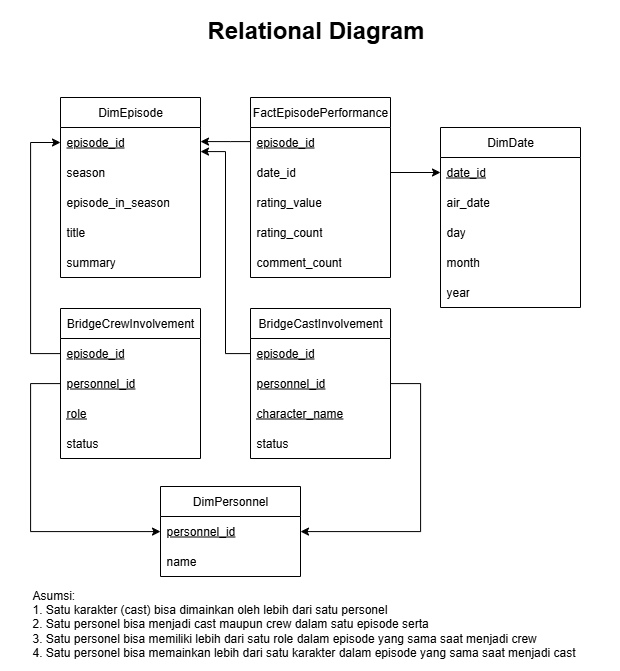
Earlier version of the draw.io export Data Warehouse/design/Relational Diagram DW.png (wargabasdat/Seleksi-2025-Tugas-1). Source tidied: cells renumbered, new cells last; positions are measured from the earlier drawing's top-left corner, leaving out a move shared by most shapes.
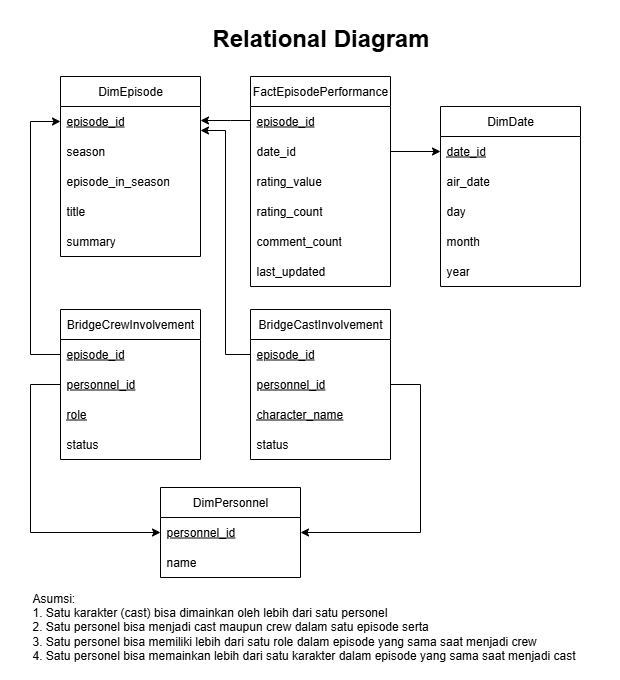
The same diagram one commit later.

Change to the diagram source:
```diff
@@ -3,10 +3,10 @@
     <mxCell id="0" />
     <mxCell id="1" parent="0" />
     <mxCell id="2" style="rounded=0;whiteSpace=wrap;html=1;strokeColor=none;" parent="1" vertex="1">
-      <mxGeometry width="620" height="671" as="geometry" />
+      <mxGeometry x="-2" y="-6" width="620" height="680" as="geometry" />
     </mxCell>
     <mxCell id="3" value="FactEpisodePerformance" style="swimlane;fontStyle=0;horizontal=1;startSize=30;whiteSpace=wrap;html=1;" parent="1" vertex="1">
-      <mxGeometry x="250" y="97" width="140" height="180" as="geometry" />
+      <mxGeometry x="248" y="70" width="140" height="210" as="geometry" />
     </mxCell>
     <mxCell id="4" value="episode_id" style="text;strokeColor=none;fillColor=none;align=left;verticalAlign=middle;spacingLeft=4;spacingRight=4;overflow=hidden;points=[[0,0.5],[1,0.5]];portConstraint=eastwest;whiteSpace=wrap;html=1;fontStyle=4;" parent="3" vertex="1">
       <mxGeometry y="30" width="140" height="30" as="geometry" />
@@ -23,129 +23,132 @@
     <mxCell id="8" value="comment_count" style="text;strokeColor=none;fillColor=none;align=left;verticalAlign=middle;spacingLeft=4;spacingRight=4;overflow=hidden;whiteSpace=wrap;html=1;" parent="3" vertex="1">
       <mxGeometry y="150" width="140" height="30" as="geometry" />
     </mxCell>
-    <mxCell id="9" value="DimEpisode" style="swimlane;fontStyle=0;horizontal=1;startSize=30;whiteSpace=wrap;html=1;" parent="1" vertex="1">
-      <mxGeometry x="60" y="97" width="140" height="180" as="geometry" />
+    <mxCell id="9" value="last_updated" style="text;strokeColor=none;fillColor=none;align=left;verticalAlign=middle;spacingLeft=4;spacingRight=4;overflow=hidden;whiteSpace=wrap;html=1;" parent="3" vertex="1">
+      <mxGeometry y="180" width="140" height="30" as="geometry" />
     </mxCell>
-    <mxCell id="10" value="episode_id" style="text;strokeColor=none;fillColor=none;align=left;verticalAlign=middle;spacingLeft=4;spacingRight=4;overflow=hidden;points=[[0,0.5],[1,0.5]];portConstraint=eastwest;whiteSpace=wrap;html=1;fontStyle=4;" parent="9" vertex="1">
-      <mxGeometry y="30" width="140" height="30" as="geometry" />
+    <mxCell id="10" value="DimEpisode" style="swimlane;fontStyle=0;horizontal=1;startSize=30;whiteSpace=wrap;html=1;" parent="1" vertex="1">
+      <mxGeometry x="58" y="70" width="140" height="180" as="geometry" />
     </mxCell>
-    <mxCell id="11" value="season" style="text;strokeColor=none;fillColor=none;align=left;verticalAlign=middle;spacingLeft=4;spacingRight=4;overflow=hidden;points=[[0,0.5],[1,0.5]];portConstraint=eastwest;whiteSpace=wrap;html=1;" parent="9" vertex="1">
-      <mxGeometry y="60" width="140" height="30" as="geometry" />
+    <mxCell id="11" value="episode_id" style="text;strokeColor=none;fillColor=none;align=left;verticalAlign=middle;spacingLeft=4;spacingRight=4;overflow=hidden;points=[[0,0.5],[1,0.5]];portConstraint=eastwest;whiteSpace=wrap;html=1;fontStyle=4;" parent="10" vertex="1">
+      <mxGeometry y="30" width="140" height="30" as="geometry" />
     </mxCell>
-    <mxCell id="12" value="episode_in_season" style="text;strokeColor=none;fillColor=none;align=left;verticalAlign=middle;spacingLeft=4;spacingRight=4;overflow=hidden;whiteSpace=wrap;html=1;" parent="9" vertex="1">
-      <mxGeometry y="90" width="140" height="30" as="geometry" />
+    <mxCell id="12" value="season" style="text;strokeColor=none;fillColor=none;align=left;verticalAlign=middle;spacingLeft=4;spacingRight=4;overflow=hidden;whiteSpace=wrap;html=1;" parent="10" vertex="1">
+      <mxGeometry y="60" width="140" height="30" as="geometry" />
     </mxCell>
-    <mxCell id="13" value="title" style="text;strokeColor=none;fillColor=none;align=left;verticalAlign=middle;spacingLeft=4;spacingRight=4;overflow=hidden;whiteSpace=wrap;html=1;" parent="9" vertex="1">
-      <mxGeometry y="120" width="140" height="30" as="geometry" />
+    <mxCell id="13" value="episode_in_season" style="text;strokeColor=none;fillColor=none;align=left;verticalAlign=middle;spacingLeft=4;spacingRight=4;overflow=hidden;whiteSpace=wrap;html=1;" parent="10" vertex="1">
+      <mxGeometry y="90" width="140" height="30" as="geometry" />
     </mxCell>
-    <mxCell id="14" value="summary" style="text;strokeColor=none;fillColor=none;align=left;verticalAlign=middle;spacingLeft=4;spacingRight=4;overflow=hidden;whiteSpace=wrap;html=1;" parent="9" vertex="1">
-      <mxGeometry y="150" width="140" height="30" as="geometry" />
+    <mxCell id="14" value="title" style="text;strokeColor=none;fillColor=none;align=left;verticalAlign=middle;spacingLeft=4;spacingRight=4;overflow=hidden;whiteSpace=wrap;html=1;" parent="10" vertex="1">
+      <mxGeometry y="120" width="140" height="30" as="geometry" />
     </mxCell>
-    <mxCell id="15" value="DimDate" style="swimlane;fontStyle=0;horizontal=1;startSize=30;whiteSpace=wrap;html=1;" parent="1" vertex="1">
-      <mxGeometry x="440" y="127" width="140" height="180" as="geometry" />
+    <mxCell id="15" value="summary" style="text;strokeColor=none;fillColor=none;align=left;verticalAlign=middle;spacingLeft=4;spacingRight=4;overflow=hidden;whiteSpace=wrap;html=1;" parent="10" vertex="1">
+      <mxGeometry y="150" width="140" height="30" as="geometry" />
     </mxCell>
-    <mxCell id="16" value="&lt;u&gt;date_id&lt;/u&gt;" style="text;strokeColor=none;fillColor=none;align=left;verticalAlign=middle;spacingLeft=4;spacingRight=4;overflow=hidden;points=[[0,0.5],[1,0.5]];portConstraint=eastwest;whiteSpace=wrap;html=1;fontStyle=0;" parent="15" vertex="1">
-      <mxGeometry y="30" width="140" height="30" as="geometry" />
+    <mxCell id="16" value="DimDate" style="swimlane;fontStyle=0;horizontal=1;startSize=30;whiteSpace=wrap;html=1;" parent="1" vertex="1">
+      <mxGeometry x="438" y="100" width="140" height="180" as="geometry" />
     </mxCell>
-    <mxCell id="17" value="air_date" style="text;strokeColor=none;fillColor=none;align=left;verticalAlign=middle;spacingLeft=4;spacingRight=4;overflow=hidden;points=[[0,0.5],[1,0.5]];portConstraint=eastwest;whiteSpace=wrap;html=1;fontStyle=0;" parent="15" vertex="1">
-      <mxGeometry y="60" width="140" height="30" as="geometry" />
+    <mxCell id="17" value="&lt;u&gt;date_id&lt;/u&gt;" style="text;strokeColor=none;fillColor=none;align=left;verticalAlign=middle;spacingLeft=4;spacingRight=4;overflow=hidden;points=[[0,0.5],[1,0.5]];portConstraint=eastwest;whiteSpace=wrap;html=1;fontStyle=0;" parent="16" vertex="1">
+      <mxGeometry y="30" width="140" height="30" as="geometry" />
     </mxCell>
-    <mxCell id="18" value="day" style="text;strokeColor=none;fillColor=none;align=left;verticalAlign=middle;spacingLeft=4;spacingRight=4;overflow=hidden;whiteSpace=wrap;html=1;" parent="15" vertex="1">
-      <mxGeometry y="90" width="140" height="30" as="geometry" />
+    <mxCell id="18" value="air_date" style="text;strokeColor=none;fillColor=none;align=left;verticalAlign=middle;spacingLeft=4;spacingRight=4;overflow=hidden;whiteSpace=wrap;html=1;fontStyle=0;" parent="16" vertex="1">
+      <mxGeometry y="60" width="140" height="30" as="geometry" />
     </mxCell>
-    <mxCell id="19" value="month" style="text;strokeColor=none;fillColor=none;align=left;verticalAlign=middle;spacingLeft=4;spacingRight=4;overflow=hidden;whiteSpace=wrap;html=1;" parent="15" vertex="1">
-      <mxGeometry y="120" width="140" height="30" as="geometry" />
+    <mxCell id="19" value="day" style="text;strokeColor=none;fillColor=none;align=left;verticalAlign=middle;spacingLeft=4;spacingRight=4;overflow=hidden;whiteSpace=wrap;html=1;" parent="16" vertex="1">
+      <mxGeometry y="90" width="140" height="30" as="geometry" />
     </mxCell>
-    <mxCell id="20" value="year" style="text;strokeColor=none;fillColor=none;align=left;verticalAlign=middle;spacingLeft=4;spacingRight=4;overflow=hidden;whiteSpace=wrap;html=1;" parent="15" vertex="1">
-      <mxGeometry y="150" width="140" height="30" as="geometry" />
+    <mxCell id="20" value="month" style="text;strokeColor=none;fillColor=none;align=left;verticalAlign=middle;spacingLeft=4;spacingRight=4;overflow=hidden;whiteSpace=wrap;html=1;" parent="16" vertex="1">
+      <mxGeometry y="120" width="140" height="30" as="geometry" />
     </mxCell>
-    <mxCell id="21" value="BridgeCastInvolvement" style="swimlane;fontStyle=0;horizontal=1;startSize=30;whiteSpace=wrap;html=1;" parent="1" vertex="1">
-      <mxGeometry x="250" y="308" width="140" height="150" as="geometry" />
+    <mxCell id="21" value="year" style="text;strokeColor=none;fillColor=none;align=left;verticalAlign=middle;spacingLeft=4;spacingRight=4;overflow=hidden;whiteSpace=wrap;html=1;" parent="16" vertex="1">
+      <mxGeometry y="150" width="140" height="30" as="geometry" />
     </mxCell>
-    <mxCell id="22" value="episode_id" style="text;strokeColor=none;fillColor=none;align=left;verticalAlign=middle;spacingLeft=4;spacingRight=4;overflow=hidden;points=[[0,0.5],[1,0.5]];portConstraint=eastwest;whiteSpace=wrap;html=1;fontStyle=4;" parent="21" vertex="1">
-      <mxGeometry y="30" width="140" height="30" as="geometry" />
+    <mxCell id="22" value="BridgeCastInvolvement" style="swimlane;fontStyle=0;horizontal=1;startSize=30;whiteSpace=wrap;html=1;" parent="1" vertex="1">
+      <mxGeometry x="248" y="303" width="140" height="150" as="geometry" />
     </mxCell>
-    <mxCell id="23" value="personnel_id" style="text;strokeColor=none;fillColor=none;align=left;verticalAlign=middle;spacingLeft=4;spacingRight=4;overflow=hidden;points=[[0,0.5],[1,0.5]];portConstraint=eastwest;whiteSpace=wrap;html=1;fontStyle=4;" parent="21" vertex="1">
-      <mxGeometry y="60" width="140" height="30" as="geometry" />
+    <mxCell id="23" value="episode_id" style="text;strokeColor=none;fillColor=none;align=left;verticalAlign=middle;spacingLeft=4;spacingRight=4;overflow=hidden;points=[[0,0.5],[1,0.5]];portConstraint=eastwest;whiteSpace=wrap;html=1;fontStyle=4;" parent="22" vertex="1">
+      <mxGeometry y="30" width="140" height="30" as="geometry" />
     </mxCell>
-    <mxCell id="24" value="character_name" style="text;strokeColor=none;fillColor=none;align=left;verticalAlign=middle;spacingLeft=4;spacingRight=4;overflow=hidden;points=[[0,0.5],[1,0.5]];portConstraint=eastwest;whiteSpace=wrap;html=1;fontStyle=4;" parent="21" vertex="1">
-      <mxGeometry y="90" width="140" height="30" as="geometry" />
+    <mxCell id="24" value="personnel_id" style="text;strokeColor=none;fillColor=none;align=left;verticalAlign=middle;spacingLeft=4;spacingRight=4;overflow=hidden;points=[[0,0.5],[1,0.5]];portConstraint=eastwest;whiteSpace=wrap;html=1;fontStyle=4;" parent="22" vertex="1">
+      <mxGeometry y="60" width="140" height="30" as="geometry" />
     </mxCell>
-    <mxCell id="25" value="status" style="text;strokeColor=none;fillColor=none;align=left;verticalAlign=middle;spacingLeft=4;spacingRight=4;overflow=hidden;whiteSpace=wrap;html=1;fontStyle=0;" parent="21" vertex="1">
-      <mxGeometry y="120" width="140" height="30" as="geometry" />
+    <mxCell id="25" value="character_name" style="text;strokeColor=none;fillColor=none;align=left;verticalAlign=middle;spacingLeft=4;spacingRight=4;overflow=hidden;whiteSpace=wrap;html=1;fontStyle=4;" parent="22" vertex="1">
+      <mxGeometry y="90" width="140" height="30" as="geometry" />
     </mxCell>
-    <mxCell id="26" value="DimPersonnel" style="swimlane;fontStyle=0;horizontal=1;startSize=30;whiteSpace=wrap;html=1;" parent="1" vertex="1">
-      <mxGeometry x="160" y="486" width="140" height="90" as="geometry" />
+    <mxCell id="26" value="status" style="text;strokeColor=none;fillColor=none;align=left;verticalAlign=middle;spacingLeft=4;spacingRight=4;overflow=hidden;whiteSpace=wrap;html=1;fontStyle=0;" parent="22" vertex="1">
+      <mxGeometry y="120" width="140" height="30" as="geometry" />
     </mxCell>
-    <mxCell id="27" value="personnel_id" style="text;strokeColor=none;fillColor=none;align=left;verticalAlign=middle;spacingLeft=4;spacingRight=4;overflow=hidden;points=[[0,0.5],[1,0.5]];portConstraint=eastwest;whiteSpace=wrap;html=1;fontStyle=4;" parent="26" vertex="1">
-      <mxGeometry y="30" width="140" height="30" as="geometry" />
+    <mxCell id="27" value="DimPersonnel" style="swimlane;fontStyle=0;horizontal=1;startSize=30;whiteSpace=wrap;html=1;" parent="1" vertex="1">
+      <mxGeometry x="158" y="481" width="140" height="90" as="geometry" />
     </mxCell>
-    <mxCell id="28" value="name" style="text;strokeColor=none;fillColor=none;align=left;verticalAlign=middle;spacingLeft=4;spacingRight=4;overflow=hidden;points=[[0,0.5],[1,0.5]];portConstraint=eastwest;whiteSpace=wrap;html=1;fontStyle=0;" parent="26" vertex="1">
-      <mxGeometry y="60" width="140" height="30" as="geometry" />
+    <mxCell id="28" value="personnel_id" style="text;strokeColor=none;fillColor=none;align=left;verticalAlign=middle;spacingLeft=4;spacingRight=4;overflow=hidden;points=[[0,0.5],[1,0.5]];portConstraint=eastwest;whiteSpace=wrap;html=1;fontStyle=4;" parent="27" vertex="1">
+      <mxGeometry y="30" width="140" height="30" as="geometry" />
     </mxCell>
-    <mxCell id="29" style="edgeStyle=orthogonalEdgeStyle;rounded=0;jettySize=auto;html=1;" parent="1" edge="1" source="4" target="10">
-      <mxGeometry relative="1" as="geometry">
-        <Array as="points">
-          <mxPoint x="230" y="141" />
-          <mxPoint x="230" y="141" />
-        </Array>
-      </mxGeometry>
+    <mxCell id="29" value="name" style="text;strokeColor=none;fillColor=none;align=left;verticalAlign=middle;spacingLeft=4;spacingRight=4;overflow=hidden;whiteSpace=wrap;html=1;fontStyle=0;" parent="27" vertex="1">
+      <mxGeometry y="60" width="140" height="30" as="geometry" />
     </mxCell>
-    <mxCell id="30" style="edgeStyle=orthogonalEdgeStyle;rounded=0;jettySize=auto;html=1;" parent="1" edge="1" source="5" target="16">
-      <mxGeometry relative="1" as="geometry" />
+    <mxCell id="30" style="edgeStyle=orthogonalEdgeStyle;rounded=0;jettySize=auto;html=1;" parent="1" edge="1" source="4" target="11">
+      <mxGeometry relative="1" as="geometry">
+        <Array as="points">
+          <mxPoint x="228" y="114" />
+          <mxPoint x="228" y="114" />
+        </Array>
+      </mxGeometry>
     </mxCell>
-    <mxCell id="31" value="&lt;h1 style=&quot;margin-top: 0px;&quot;&gt;Relational Diagram&lt;/h1&gt;" style="text;html=1;whiteSpace=wrap;overflow=hidden;rounded=0;align=center;" parent="1" vertex="1">
-      <mxGeometry x="170" y="9" width="291" height="70" as="geometry" />
+    <mxCell id="31" style="edgeStyle=orthogonalEdgeStyle;rounded=0;jettySize=auto;html=1;" parent="1" edge="1" source="5" target="17">
+      <mxGeometry relative="1" as="geometry" />
     </mxCell>
-    <mxCell id="32" value="&lt;div style=&quot;text-align: justify;&quot;&gt;&lt;div&gt;&lt;span style=&quot;background-color: transparent; color: light-dark(rgb(0, 0, 0), rgb(255, 255, 255));&quot;&gt;Asumsi:&amp;nbsp;&lt;/span&gt;&lt;/div&gt;&lt;div&gt;1. Satu karakter (cast) bisa dimainkan oleh lebih dari satu personel&lt;/div&gt;&lt;div&gt;&lt;span style=&quot;background-color: transparent; color: light-dark(rgb(0, 0, 0), rgb(255, 255, 255));&quot;&gt;2. Satu personel bisa menjadi cast maupun crew dalam satu episode serta&lt;/span&gt;&lt;/div&gt;&lt;div&gt;&lt;span style=&quot;background-color: transparent; color: light-dark(rgb(0, 0, 0), rgb(255, 255, 255));&quot;&gt;3. Satu personel bisa memiliki lebih dari satu role dalam episode yang sama saat menjadi crew&lt;/span&gt;&lt;/div&gt;&lt;div&gt;&lt;span style=&quot;background-color: transparent; color: light-dark(rgb(0, 0, 0), rgb(255, 255, 255));&quot;&gt;4. Satu personel bisa memainkan lebih dari satu karakter dalam episode yang sama saat menjadi cast&lt;/span&gt;&lt;/div&gt;&lt;/div&gt;" style="text;html=1;align=left;verticalAlign=middle;whiteSpace=wrap;rounded=0;" parent="1" vertex="1">
-      <mxGeometry x="30" y="591" width="560" height="64" as="geometry" />
+    <mxCell id="32" value="&lt;h1 style=&quot;margin-top: 0px;&quot;&gt;Relational Diagram&lt;/h1&gt;" style="text;html=1;whiteSpace=wrap;overflow=hidden;rounded=0;align=center;" parent="1" vertex="1">
+      <mxGeometry x="172.5" y="11" width="291" height="40" as="geometry" />
     </mxCell>
-    <mxCell id="33" value="BridgeCrewInvolvement" style="swimlane;fontStyle=0;horizontal=1;startSize=30;whiteSpace=wrap;html=1;" parent="1" vertex="1">
-      <mxGeometry x="60" y="308" width="140" height="150" as="geometry" />
+    <mxCell id="33" value="&lt;div style=&quot;text-align: justify;&quot;&gt;&lt;div&gt;&lt;span style=&quot;background-color: transparent; color: light-dark(rgb(0, 0, 0), rgb(255, 255, 255));&quot;&gt;Asumsi:&amp;nbsp;&lt;/span&gt;&lt;/div&gt;&lt;div&gt;1. Satu karakter (cast) bisa dimainkan oleh lebih dari satu personel&lt;/div&gt;&lt;div&gt;&lt;span style=&quot;background-color: transparent; color: light-dark(rgb(0, 0, 0), rgb(255, 255, 255));&quot;&gt;2. Satu personel bisa menjadi cast maupun crew dalam satu episode serta&lt;/span&gt;&lt;/div&gt;&lt;div&gt;&lt;span style=&quot;background-color: transparent; color: light-dark(rgb(0, 0, 0), rgb(255, 255, 255));&quot;&gt;3. Satu personel bisa memiliki lebih dari satu role dalam episode yang sama saat menjadi crew&lt;/span&gt;&lt;/div&gt;&lt;div&gt;&lt;span style=&quot;background-color: transparent; color: light-dark(rgb(0, 0, 0), rgb(255, 255, 255));&quot;&gt;4. Satu personel bisa memainkan lebih dari satu karakter dalam episode yang sama saat menjadi cast&lt;/span&gt;&lt;/div&gt;&lt;/div&gt;" style="text;html=1;align=left;verticalAlign=middle;whiteSpace=wrap;rounded=0;" parent="1" vertex="1">
+      <mxGeometry x="28" y="588" width="560" height="64" as="geometry" />
     </mxCell>
-    <mxCell id="34" value="episode_id" style="text;strokeColor=none;fillColor=none;align=left;verticalAlign=middle;spacingLeft=4;spacingRight=4;overflow=hidden;points=[[0,0.5],[1,0.5]];portConstraint=eastwest;whiteSpace=wrap;html=1;fontStyle=4;" parent="33" vertex="1">
-      <mxGeometry y="30" width="140" height="30" as="geometry" />
+    <mxCell id="34" value="BridgeCrewInvolvement" style="swimlane;fontStyle=0;horizontal=1;startSize=30;whiteSpace=wrap;html=1;" parent="1" vertex="1">
+      <mxGeometry x="58" y="303" width="140" height="150" as="geometry" />
     </mxCell>
-    <mxCell id="35" value="personnel_id" style="text;strokeColor=none;fillColor=none;align=left;verticalAlign=middle;spacingLeft=4;spacingRight=4;overflow=hidden;points=[[0,0.5],[1,0.5]];portConstraint=eastwest;whiteSpace=wrap;html=1;fontStyle=4;" parent="33" vertex="1">
-      <mxGeometry y="60" width="140" height="30" as="geometry" />
+    <mxCell id="35" value="episode_id" style="text;strokeColor=none;fillColor=none;align=left;verticalAlign=middle;spacingLeft=4;spacingRight=4;overflow=hidden;points=[[0,0.5],[1,0.5]];portConstraint=eastwest;whiteSpace=wrap;html=1;fontStyle=4;" parent="34" vertex="1">
+      <mxGeometry y="30" width="140" height="30" as="geometry" />
     </mxCell>
-    <mxCell id="36" value="role" style="text;strokeColor=none;fillColor=none;align=left;verticalAlign=middle;spacingLeft=4;spacingRight=4;overflow=hidden;points=[[0,0.5],[1,0.5]];portConstraint=eastwest;whiteSpace=wrap;html=1;fontStyle=4;" parent="33" vertex="1">
-      <mxGeometry y="90" width="140" height="30" as="geometry" />
+    <mxCell id="36" value="personnel_id" style="text;strokeColor=none;fillColor=none;align=left;verticalAlign=middle;spacingLeft=4;spacingRight=4;overflow=hidden;points=[[0,0.5],[1,0.5]];portConstraint=eastwest;whiteSpace=wrap;html=1;fontStyle=4;" parent="34" vertex="1">
+      <mxGeometry y="60" width="140" height="30" as="geometry" />
     </mxCell>
-    <mxCell id="37" value="status" style="text;strokeColor=none;fillColor=none;align=left;verticalAlign=middle;spacingLeft=4;spacingRight=4;overflow=hidden;whiteSpace=wrap;html=1;fontStyle=0;" parent="33" vertex="1">
-      <mxGeometry y="120" width="140" height="30" as="geometry" />
+    <mxCell id="37" value="role" style="text;strokeColor=none;fillColor=none;align=left;verticalAlign=middle;spacingLeft=4;spacingRight=4;overflow=hidden;whiteSpace=wrap;html=1;fontStyle=4;" parent="34" vertex="1">
+      <mxGeometry y="90" width="140" height="30" as="geometry" />
     </mxCell>
-    <mxCell id="38" style="edgeStyle=orthogonalEdgeStyle;rounded=0;jettySize=auto;html=1;" parent="1" edge="1" source="34" target="10">
-      <mxGeometry relative="1" as="geometry">
-        <Array as="points">
-          <mxPoint x="30" y="353" />
-          <mxPoint x="30" y="142" />
-        </Array>
-      </mxGeometry>
+    <mxCell id="38" value="status" style="text;strokeColor=none;fillColor=none;align=left;verticalAlign=middle;spacingLeft=4;spacingRight=4;overflow=hidden;whiteSpace=wrap;html=1;fontStyle=0;" parent="34" vertex="1">
+      <mxGeometry y="120" width="140" height="30" as="geometry" />
     </mxCell>
-    <mxCell id="39" style="edgeStyle=orthogonalEdgeStyle;rounded=0;jettySize=auto;html=1;" parent="1" edge="1" source="22" target="10">
+    <mxCell id="39" style="edgeStyle=orthogonalEdgeStyle;rounded=0;jettySize=auto;html=1;" parent="1" edge="1" source="35" target="11">
       <mxGeometry relative="1" as="geometry">
         <Array as="points">
-          <mxPoint x="225" y="353" />
-          <mxPoint x="225" y="151" />
+          <mxPoint x="28" y="348" />
+          <mxPoint x="28" y="115" />
         </Array>
       </mxGeometry>
     </mxCell>
-    <mxCell id="40" style="edgeStyle=orthogonalEdgeStyle;rounded=0;jettySize=auto;html=1;" parent="1" edge="1" source="35" target="27">
+    <mxCell id="40" style="edgeStyle=orthogonalEdgeStyle;rounded=0;jettySize=auto;html=1;" parent="1" edge="1" source="23" target="11">
       <mxGeometry relative="1" as="geometry">
         <Array as="points">
-          <mxPoint x="30" y="383" />
-          <mxPoint x="30" y="531" />
+          <mxPoint x="223" y="348" />
+          <mxPoint x="223" y="124" />
         </Array>
       </mxGeometry>
     </mxCell>
-    <mxCell id="41" style="edgeStyle=orthogonalEdgeStyle;rounded=0;jettySize=auto;html=1;" parent="1" edge="1" source="23" target="27">
+    <mxCell id="41" style="edgeStyle=orthogonalEdgeStyle;rounded=0;jettySize=auto;html=1;" parent="1" edge="1" source="36" target="28">
       <mxGeometry relative="1" as="geometry">
         <Array as="points">
-          <mxPoint x="420" y="383" />
-          <mxPoint x="420" y="531" />
+          <mxPoint x="28" y="378" />
+          <mxPoint x="28" y="526" />
         </Array>
       </mxGeometry>
     </mxCell>
+    <mxCell id="42" style="edgeStyle=orthogonalEdgeStyle;rounded=0;jettySize=auto;html=1;" parent="1" edge="1" source="24" target="28">
+      <mxGeometry relative="1" as="geometry">
+        <Array as="points">
+          <mxPoint x="418" y="378" />
+          <mxPoint x="418" y="526" />
+        </Array>
+      </mxGeometry>
+    </mxCell>
   </root>
 </mxGraphModel>
```
